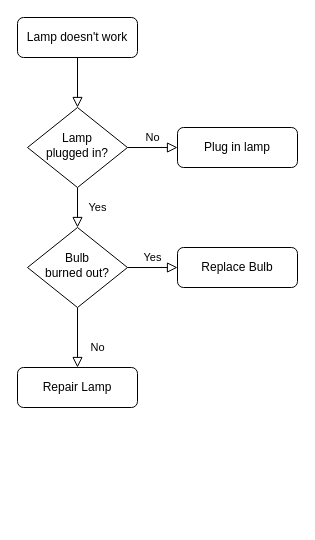
The draw.io diagram Диаграмма без названия.drawio in NymhoMeow/1111, before the edit. Source tidied: cells renumbered, new cells numbered last; positions are measured from the earlier drawing's top-left corner, leaving out a move shared by most shapes. Both pictures are drawn from the tidied source at 100%, with x=0, y=0 at pixel (17, 17).
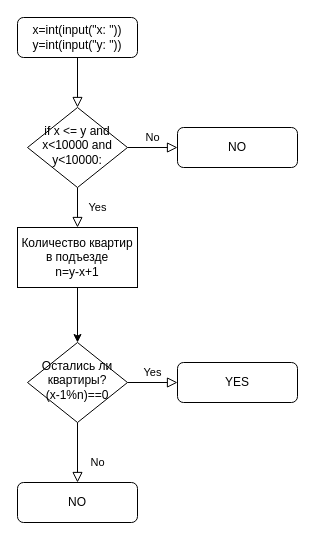
The same page after the edit.

The edit, as a diff of the source:
```diff
@@
 <mxGraphModel>
   <root>
     <mxCell id="0" />
     <mxCell id="1" parent="0" />
     <mxCell id="2" style="rounded=0;html=1;jettySize=auto;fontSize=11;endArrow=block;endFill=0;endSize=8;strokeWidth=1;shadow=0;labelBackgroundColor=none;edgeStyle=orthogonalEdgeStyle;" parent="1" edge="1" source="3" target="6">
       <mxGeometry relative="1" as="geometry" />
     </mxCell>
-    <mxCell id="3" value="Lamp doesn't work" style="rounded=1;whiteSpace=wrap;html=1;fontSize=12;glass=0;strokeWidth=1;shadow=0;" parent="1" vertex="1">
+    <mxCell id="3" value="&lt;div&gt;x=int(input(&quot;x: &quot;))&lt;/div&gt;&lt;div&gt;y=int(input(&quot;y: &quot;))&lt;/div&gt;" style="rounded=1;whiteSpace=wrap;html=1;fontSize=12;glass=0;strokeWidth=1;shadow=0;" parent="1" vertex="1">
       <mxGeometry width="120" height="40" as="geometry" />
     </mxCell>
-    <mxCell id="4" value="Yes" style="rounded=0;html=1;jettySize=auto;fontSize=11;endArrow=block;endFill=0;endSize=8;strokeWidth=1;shadow=0;labelBackgroundColor=none;edgeStyle=orthogonalEdgeStyle;" parent="1" edge="1" source="6" target="10">
+    <mxCell id="4" value="Yes" style="rounded=0;html=1;jettySize=auto;fontSize=11;endArrow=block;endFill=0;endSize=8;strokeWidth=1;shadow=0;labelBackgroundColor=none;edgeStyle=orthogonalEdgeStyle;entryX=0.5;entryY=0;entryDx=0;entryDy=0;" parent="1" edge="1" source="6" target="14">
       <mxGeometry y="20" relative="1" as="geometry" />
     </mxCell>
     <mxCell id="5" value="No" style="edgeStyle=orthogonalEdgeStyle;rounded=0;html=1;jettySize=auto;fontSize=11;endArrow=block;endFill=0;endSize=8;strokeWidth=1;shadow=0;labelBackgroundColor=none;" parent="1" edge="1" source="6" target="7">
       <mxGeometry y="10" relative="1" as="geometry" />
     </mxCell>
-    <mxCell id="6" value="Lamp&lt;br&gt;plugged in?" style="rhombus;whiteSpace=wrap;html=1;shadow=0;fontFamily=Helvetica;fontSize=12;align=center;strokeWidth=1;spacing=6;spacingTop=-4;" parent="1" vertex="1">
+    <mxCell id="6" value="if x &amp;lt;= y and x&amp;lt;10000 and y&amp;lt;10000:" style="rhombus;whiteSpace=wrap;html=1;shadow=0;fontFamily=Helvetica;fontSize=12;align=center;strokeWidth=1;spacing=6;spacingTop=-4;" parent="1" vertex="1">
       <mxGeometry x="10" y="90" width="100" height="80" as="geometry" />
     </mxCell>
-    <mxCell id="7" value="Plug in lamp" style="rounded=1;whiteSpace=wrap;html=1;fontSize=12;glass=0;strokeWidth=1;shadow=0;" parent="1" vertex="1">
+    <mxCell id="7" value="NO" style="rounded=1;whiteSpace=wrap;html=1;fontSize=12;glass=0;strokeWidth=1;shadow=0;" parent="1" vertex="1">
       <mxGeometry x="160" y="110" width="120" height="40" as="geometry" />
     </mxCell>
     <mxCell id="8" value="No" style="rounded=0;html=1;jettySize=auto;fontSize=11;endArrow=block;endFill=0;endSize=8;strokeWidth=1;shadow=0;labelBackgroundColor=none;edgeStyle=orthogonalEdgeStyle;" parent="1" edge="1" source="10" target="11">
       <mxGeometry x="0.33" y="20" relative="1" as="geometry" />
     </mxCell>
     <mxCell id="9" value="Yes" style="edgeStyle=orthogonalEdgeStyle;rounded=0;html=1;jettySize=auto;fontSize=11;endArrow=block;endFill=0;endSize=8;strokeWidth=1;shadow=0;labelBackgroundColor=none;" parent="1" edge="1" source="10" target="12">
       <mxGeometry y="10" relative="1" as="geometry" />
     </mxCell>
-    <mxCell id="10" value="Bulb&lt;br&gt;burned out?" style="rhombus;whiteSpace=wrap;html=1;shadow=0;fontFamily=Helvetica;fontSize=12;align=center;strokeWidth=1;spacing=6;spacingTop=-4;" parent="1" vertex="1">
-      <mxGeometry x="10" y="210" width="100" height="80" as="geometry" />
+    <mxCell id="10" value="Остались ли квартиры?&lt;br&gt;(х-1%n)==0" style="rhombus;whiteSpace=wrap;html=1;shadow=0;fontFamily=Helvetica;fontSize=12;align=center;strokeWidth=1;spacing=6;spacingTop=-4;" parent="1" vertex="1">
+      <mxGeometry x="10" y="325" width="100" height="80" as="geometry" />
     </mxCell>
-    <mxCell id="11" value="Repair Lamp" style="rounded=1;whiteSpace=wrap;html=1;fontSize=12;glass=0;strokeWidth=1;shadow=0;" parent="1" vertex="1">
-      <mxGeometry y="350" width="120" height="40" as="geometry" />
+    <mxCell id="11" value="NO" style="rounded=1;whiteSpace=wrap;html=1;fontSize=12;glass=0;strokeWidth=1;shadow=0;" parent="1" vertex="1">
+      <mxGeometry y="465" width="120" height="40" as="geometry" />
     </mxCell>
-    <mxCell id="12" value="Replace Bulb" style="rounded=1;whiteSpace=wrap;html=1;fontSize=12;glass=0;strokeWidth=1;shadow=0;" parent="1" vertex="1">
-      <mxGeometry x="160" y="230" width="120" height="40" as="geometry" />
+    <mxCell id="12" value="YES" style="rounded=1;whiteSpace=wrap;html=1;fontSize=12;glass=0;strokeWidth=1;shadow=0;" parent="1" vertex="1">
+      <mxGeometry x="160" y="345" width="120" height="40" as="geometry" />
     </mxCell>
+    <mxCell id="13" style="edgeStyle=orthogonalEdgeStyle;rounded=0;jettySize=auto;html=1;entryX=0.5;entryY=0;entryDx=0;entryDy=0;" parent="1" edge="1" source="14" target="10">
+      <mxGeometry relative="1" as="geometry" />
+    </mxCell>
+    <mxCell id="14" value="Количество квартир в подъезде&lt;br&gt;n=y-x+1" style="rounded=0;whiteSpace=wrap;html=1;" parent="1" vertex="1">
+      <mxGeometry y="210" width="120" height="60" as="geometry" />
+    </mxCell>
   </root>
 </mxGraphModel>
```
